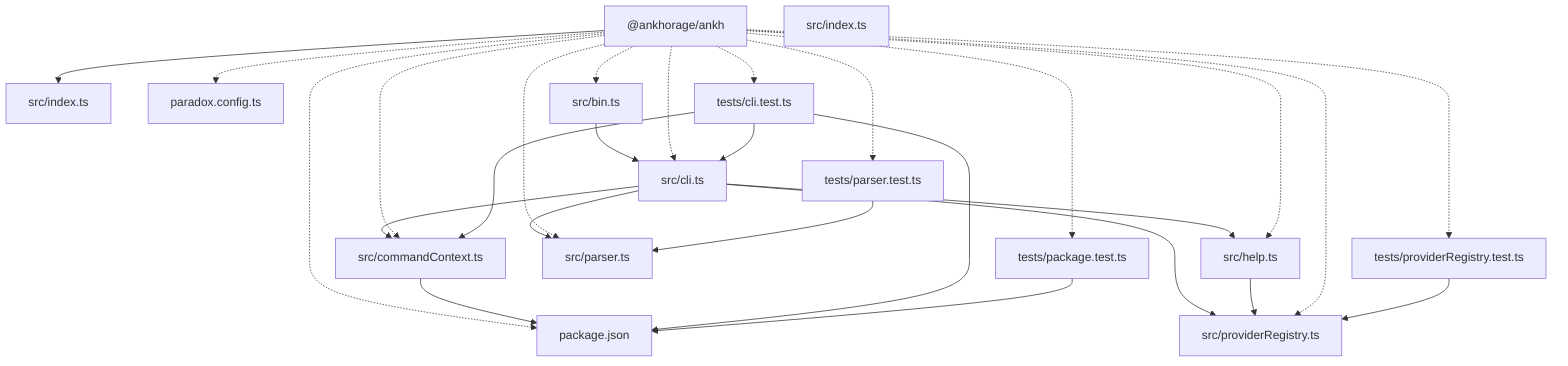
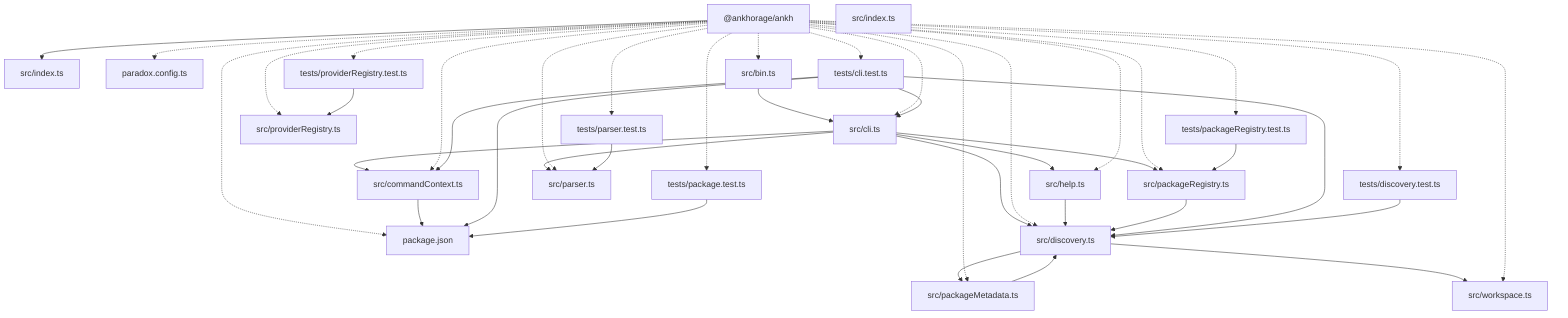
graph TD
  package__ankhorage_ankh["@ankhorage/ankh"]
  entrypoint_src_index_ts["src/index.ts"]
  package__ankhorage_ankh --> entrypoint_src_index_ts
  module_package_json["package.json"]
  package__ankhorage_ankh -.-> module_package_json
  module_paradox_config_ts["paradox.config.ts"]
  package__ankhorage_ankh -.-> module_paradox_config_ts
  module_src_bin_ts["src/bin.ts"]
  package__ankhorage_ankh -.-> module_src_bin_ts
  module_src_bin_ts --> module_src_cli_ts
  module_src_cli_ts["src/cli.ts"]
  package__ankhorage_ankh -.-> module_src_cli_ts
  module_src_cli_ts --> module_src_commandContext_ts
+   module_src_cli_ts --> module_src_discovery_ts
  module_src_cli_ts --> module_src_help_ts
+   module_src_cli_ts --> module_src_packageRegistry_ts
  module_src_cli_ts --> module_src_parser_ts
-   module_src_cli_ts --> module_src_providerRegistry_ts
  module_src_commandContext_ts["src/commandContext.ts"]
  package__ankhorage_ankh -.-> module_src_commandContext_ts
  module_src_commandContext_ts --> module_package_json
+   module_src_discovery_ts["src/discovery.ts"]
+   package__ankhorage_ankh -.-> module_src_discovery_ts
+   module_src_discovery_ts --> module_src_packageMetadata_ts
+   module_src_discovery_ts --> module_src_workspace_ts
  module_src_help_ts["src/help.ts"]
  package__ankhorage_ankh -.-> module_src_help_ts
-   module_src_help_ts --> module_src_providerRegistry_ts
+   module_src_help_ts --> module_src_discovery_ts
  module_src_index_ts["src/index.ts"]
+   module_src_packageMetadata_ts["src/packageMetadata.ts"]
+   package__ankhorage_ankh -.-> module_src_packageMetadata_ts
+   module_src_packageMetadata_ts --> module_src_discovery_ts
+   module_src_packageRegistry_ts["src/packageRegistry.ts"]
+   package__ankhorage_ankh -.-> module_src_packageRegistry_ts
+   module_src_packageRegistry_ts --> module_src_discovery_ts
  module_src_parser_ts["src/parser.ts"]
  package__ankhorage_ankh -.-> module_src_parser_ts
  module_src_providerRegistry_ts["src/providerRegistry.ts"]
  package__ankhorage_ankh -.-> module_src_providerRegistry_ts
+   module_src_workspace_ts["src/workspace.ts"]
+   package__ankhorage_ankh -.-> module_src_workspace_ts
  module_tests_cli_test_ts["tests/cli.test.ts"]
  package__ankhorage_ankh -.-> module_tests_cli_test_ts
  module_tests_cli_test_ts --> module_package_json
  module_tests_cli_test_ts --> module_src_cli_ts
  module_tests_cli_test_ts --> module_src_commandContext_ts
+   module_tests_cli_test_ts --> module_src_discovery_ts
+   module_tests_discovery_test_ts["tests/discovery.test.ts"]
+   package__ankhorage_ankh -.-> module_tests_discovery_test_ts
+   module_tests_discovery_test_ts --> module_src_discovery_ts
  module_tests_package_test_ts["tests/package.test.ts"]
  package__ankhorage_ankh -.-> module_tests_package_test_ts
  module_tests_package_test_ts --> module_package_json
+   module_tests_packageRegistry_test_ts["tests/packageRegistry.test.ts"]
+   package__ankhorage_ankh -.-> module_tests_packageRegistry_test_ts
+   module_tests_packageRegistry_test_ts --> module_src_packageRegistry_ts
  module_tests_parser_test_ts["tests/parser.test.ts"]
  package__ankhorage_ankh -.-> module_tests_parser_test_ts
  module_tests_parser_test_ts --> module_src_parser_ts
  module_tests_providerRegistry_test_ts["tests/providerRegistry.test.ts"]
  package__ankhorage_ankh -.-> module_tests_providerRegistry_test_ts
  module_tests_providerRegistry_test_ts --> module_src_providerRegistry_ts
